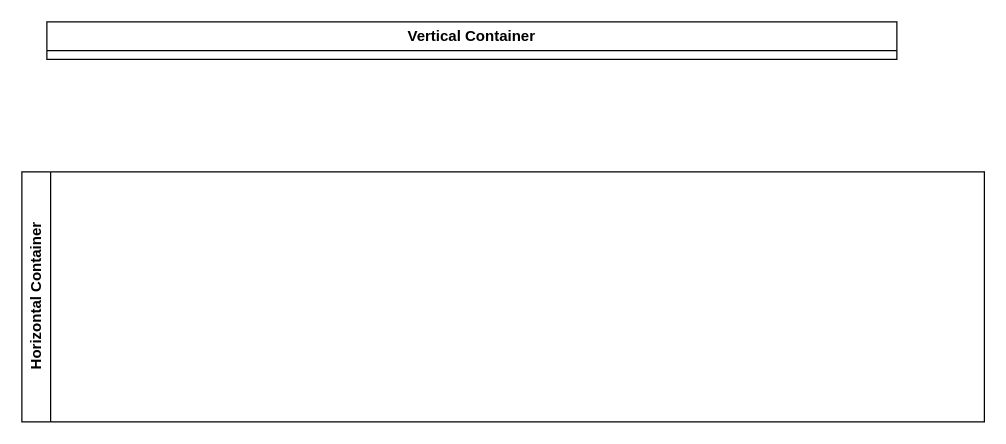
Earlier version of the draw.io diagram page "Страница — 2" (2 of 2) of прог инженерия.drawio (tuzmas/BPMN). Source tidied: cells renumbered, new cells numbered last; positions are measured from the earlier drawing's top-left corner, leaving out a move shared by most shapes. Both pictures are drawn from the tidied source at 125%, with x=0, y=0 at pixel (21, 21).
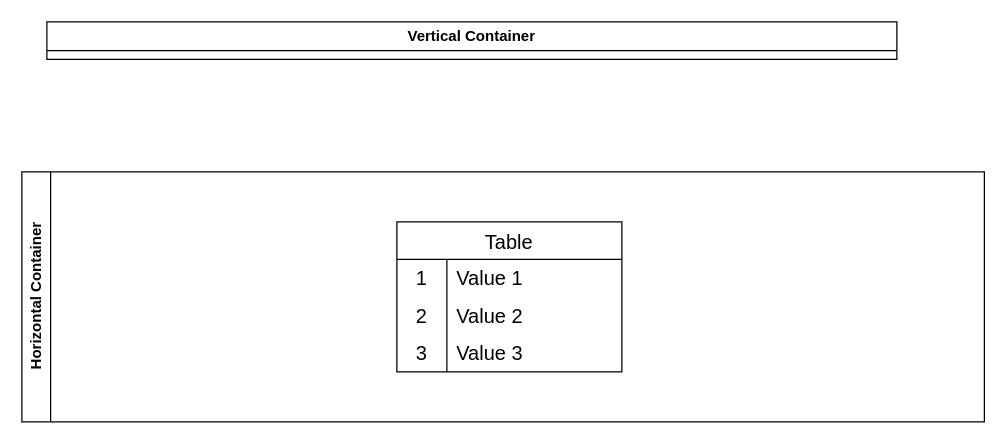
The same page after the edit.

What changed in the source:
```diff
@@
 <mxGraphModel>
   <root>
     <mxCell id="0" />
     <mxCell id="1" parent="0" />
     <mxCell id="2" value="Horizontal Container" style="swimlane;horizontal=0;whiteSpace=wrap;html=1;" parent="1" vertex="1">
       <mxGeometry y="120" width="770" height="200" as="geometry" />
     </mxCell>
     <mxCell id="3" value="Vertical Container" style="swimlane;whiteSpace=wrap;html=1;" parent="1" vertex="1">
       <mxGeometry x="20" width="680" height="30" as="geometry" />
     </mxCell>
+    <mxCell id="4" value="Table" style="shape=table;startSize=30;childLayout=tableLayout;rowLines=0;fontStyle=0;strokeColor=default;fontSize=16;" parent="1" vertex="1">
+      <mxGeometry x="300" y="160" width="180" height="120" as="geometry" />
+    </mxCell>
+    <mxCell id="5" style="shape=tableRow;horizontal=0;startSize=0;swimlaneHead=0;swimlaneBody=0;top=0;left=0;bottom=0;right=0;fillColor=none;strokeColor=inherit;fontSize=16;" parent="4" vertex="1">
+      <mxGeometry y="30" width="180" height="30" as="geometry" />
+    </mxCell>
+    <mxCell id="6" value="1" style="shape=partialRectangle;html=1;whiteSpace=wrap;fillColor=none;top=0;left=0;bottom=0;right=0;overflow=hidden;strokeColor=inherit;fontSize=16;" parent="5" vertex="1">
+      <mxGeometry width="40" height="30" as="geometry" />
+    </mxCell>
+    <mxCell id="7" value="Value 1" style="shape=partialRectangle;html=1;whiteSpace=wrap;fillColor=none;top=0;left=0;bottom=0;right=0;align=left;spacingLeft=6;overflow=hidden;strokeColor=inherit;fontSize=16;" parent="5" vertex="1">
+      <mxGeometry x="40" width="140" height="30" as="geometry" />
+    </mxCell>
+    <mxCell id="8" style="shape=tableRow;horizontal=0;startSize=0;swimlaneHead=0;swimlaneBody=0;top=0;left=0;bottom=0;right=0;fillColor=none;strokeColor=inherit;fontSize=16;" parent="4" vertex="1">
+      <mxGeometry y="60" width="180" height="30" as="geometry" />
+    </mxCell>
+    <mxCell id="9" value="2" style="shape=partialRectangle;html=1;whiteSpace=wrap;fillColor=none;top=0;left=0;bottom=0;right=0;overflow=hidden;strokeColor=inherit;fontSize=16;" parent="8" vertex="1">
+      <mxGeometry width="40" height="30" as="geometry" />
+    </mxCell>
+    <mxCell id="10" value="Value 2" style="shape=partialRectangle;html=1;whiteSpace=wrap;fillColor=none;top=0;left=0;bottom=0;right=0;align=left;spacingLeft=6;overflow=hidden;strokeColor=inherit;fontSize=16;" parent="8" vertex="1">
+      <mxGeometry x="40" width="140" height="30" as="geometry" />
+    </mxCell>
+    <mxCell id="11" style="shape=tableRow;horizontal=0;startSize=0;swimlaneHead=0;swimlaneBody=0;top=0;left=0;bottom=0;right=0;fillColor=none;strokeColor=inherit;fontSize=16;" parent="4" vertex="1">
+      <mxGeometry y="90" width="180" height="30" as="geometry" />
+    </mxCell>
+    <mxCell id="12" value="3" style="shape=partialRectangle;html=1;whiteSpace=wrap;fillColor=none;top=0;left=0;bottom=0;right=0;overflow=hidden;strokeColor=inherit;fontSize=16;" parent="11" vertex="1">
+      <mxGeometry width="40" height="30" as="geometry" />
+    </mxCell>
+    <mxCell id="13" value="Value 3" style="shape=partialRectangle;html=1;whiteSpace=wrap;fillColor=none;top=0;left=0;bottom=0;right=0;align=left;spacingLeft=6;overflow=hidden;strokeColor=inherit;fontSize=16;" parent="11" vertex="1">
+      <mxGeometry x="40" width="140" height="30" as="geometry" />
+    </mxCell>
   </root>
 </mxGraphModel>
```
